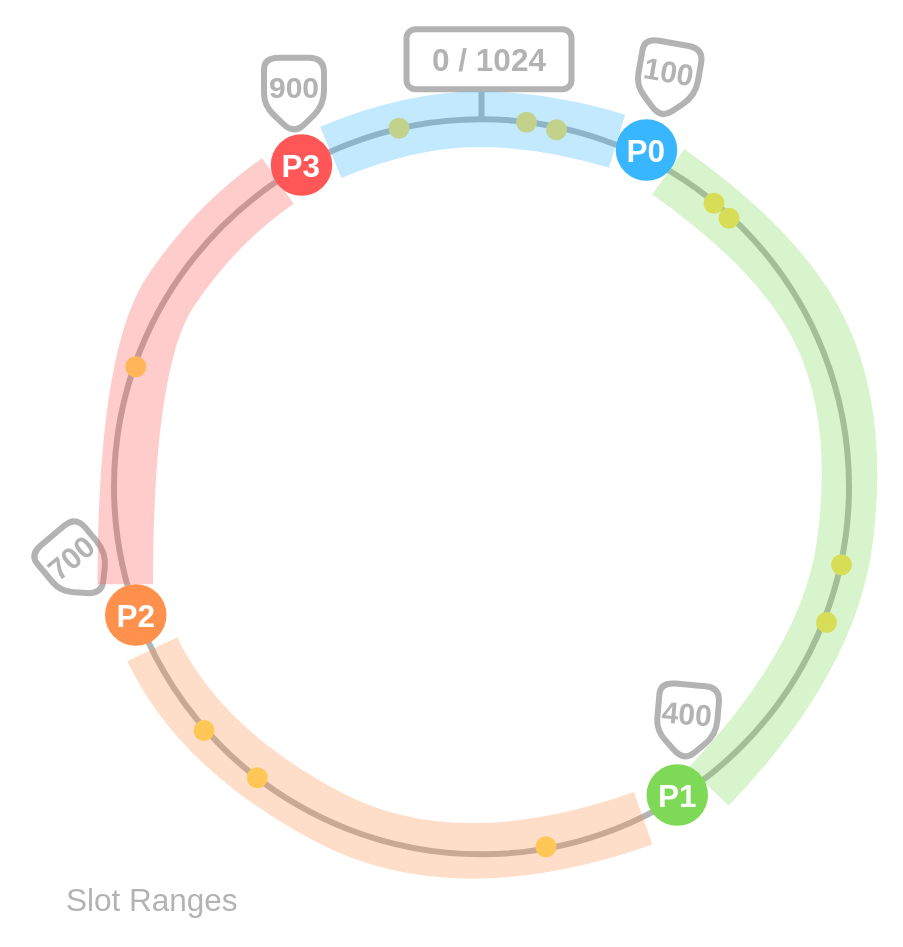
This is page "Circle + ranges" (3 of 3) of drawio files/Consisten hashing space.drawio from inesp/inesp.github.io, a draw.io file, before an edit. Source tidied: cells renumbered, new cells numbered last; positions are measured from the earlier drawing's top-left corner, leaving out a move shared by most shapes. Both pictures are drawn from the tidied source at 150%, with x=0, y=0 at pixel (46, 28).
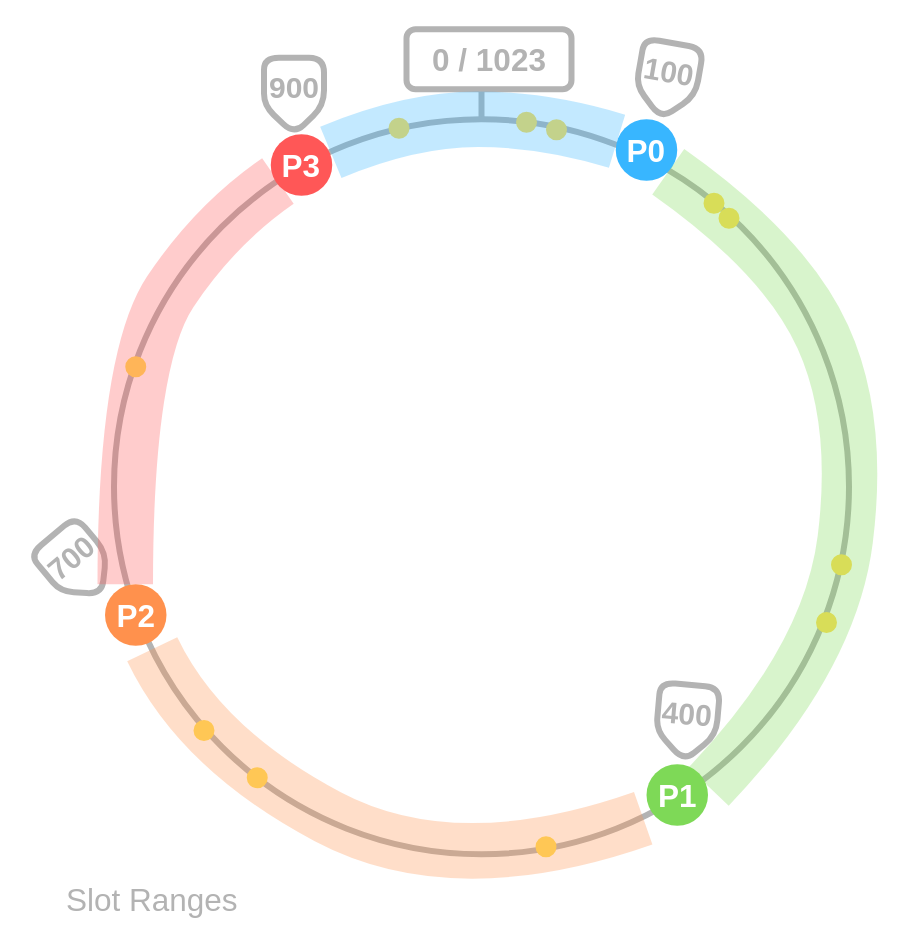
Above is the later version.

Diff of the diagram source:
```diff
@@
-    <mxCell id="4" value="&lt;b&gt;0 / 1024&lt;/b&gt;" style="rounded=1;whiteSpace=wrap;html=1;strokeColor=#B3B3B3;strokeWidth=4;fillColor=none;gradientColor=none;fontSize=21;fontColor=#B3B3B3;align=center;" parent="1" vertex="1">
+    <mxCell id="4" value="&lt;b&gt;0 / 1023&lt;/b&gt;" style="rounded=1;whiteSpace=wrap;html=1;strokeColor=#B3B3B3;strokeWidth=4;fillColor=none;gradientColor=none;fontSize=21;fontColor=#B3B3B3;align=center;" parent="1" vertex="1">
       <mxGeometry x="239.5" width="110" height="40" as="geometry" />
     </mxCell>
```
